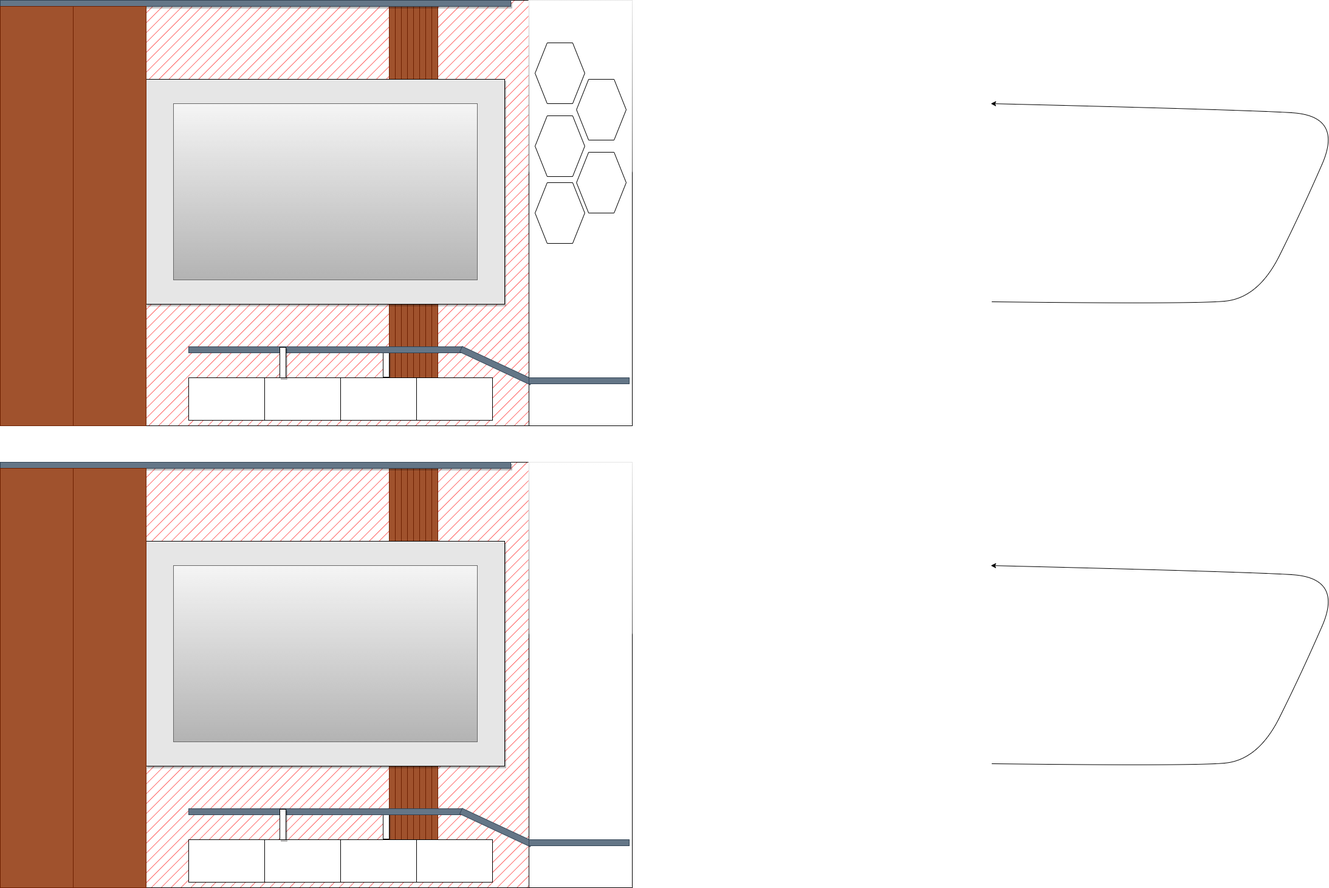
Above: tv unit.png in suresh-legato/Design (draw.io), before the change. Source tidied: cells renumbered, new cells last; positions are measured from the earlier drawing's top-left corner, leaving out a move shared by most shapes.
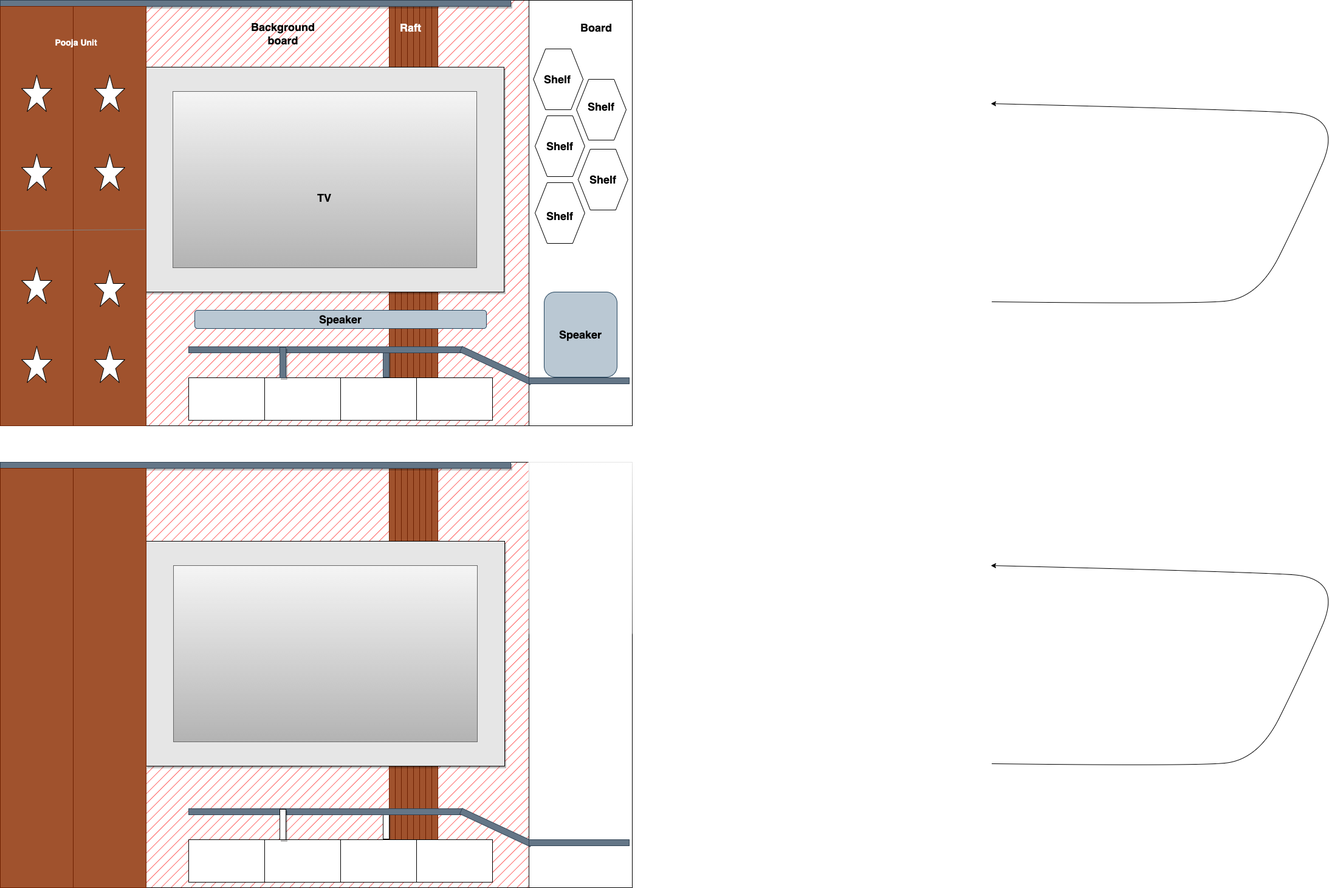
The same diagram one commit later.

Change to the diagram source:
```diff
@@ -46,16 +46,25 @@
     <mxCell id="12" style="rounded=0;whiteSpace=wrap;html=1;fillColor=#a0522d;fontColor=#ffffff;strokeColor=#6D1F00;" parent="4" vertex="1">
       <mxGeometry x="50" width="10" height="630" as="geometry" />
     </mxCell>
-    <mxCell id="13" style="rounded=0;whiteSpace=wrap;html=1;glass=0;shadow=1;fillColor=#E6E6E6;" parent="4" vertex="1">
-      <mxGeometry x="-400" y="130" width="590" height="370" as="geometry" />
-    </mxCell>
     <mxCell id="14" style="rounded=0;whiteSpace=wrap;html=1;shadow=1;glass=0;strokeColor=#314354;fontFamily=Helvetica;fontSize=12;fontColor=#ffffff;fillColor=#647687;" parent="4" vertex="1">
       <mxGeometry x="-640" width="840" height="10" as="geometry" />
     </mxCell>
-    <mxCell id="15" style="rounded=0;whiteSpace=wrap;html=1;shadow=1;glass=0;strokeColor=default;fontFamily=Helvetica;fontSize=12;fontColor=default;fillColor=default;" parent="4" vertex="1">
+    <mxCell id="15" style="rounded=0;whiteSpace=wrap;html=1;shadow=1;glass=0;strokeColor=#314354;fontFamily=Helvetica;fontSize=12;fontColor=#ffffff;fillColor=#647687;" parent="4" vertex="1">
       <mxGeometry x="-10" y="570" width="10" height="50" as="geometry" />
     </mxCell>
+    <mxCell id="61" value="&lt;span style=&quot;font-size: 18px;&quot;&gt;&lt;b&gt;board&lt;/b&gt;&lt;/span&gt;" style="text;html=1;strokeColor=none;fillColor=none;align=center;verticalAlign=middle;whiteSpace=wrap;rounded=0;" parent="4" vertex="1">
+      <mxGeometry x="-287.5" y="130" width="135" height="50" as="geometry" />
+    </mxCell>
+    <mxCell id="62" value="&lt;font color=&quot;#ffffff&quot; style=&quot;font-size: 18px;&quot;&gt;&lt;b style=&quot;&quot;&gt;Raft&lt;/b&gt;&lt;/font&gt;" style="text;html=1;strokeColor=none;fillColor=none;align=center;verticalAlign=middle;whiteSpace=wrap;rounded=0;" parent="4" vertex="1">
+      <mxGeometry x="-32.5" y="20" width="135" height="50" as="geometry" />
+    </mxCell>
+    <mxCell id="13" style="rounded=0;whiteSpace=wrap;html=1;glass=0;shadow=1;fillColor=#E6E6E6;" parent="4" vertex="1">
+      <mxGeometry x="-401" y="110" width="590" height="370" as="geometry" />
+    </mxCell>
+    <mxCell id="27" style="rounded=0;whiteSpace=wrap;html=1;fillColor=#f5f5f5;gradientColor=#b3b3b3;strokeColor=#666666;" parent="4" vertex="1">
+      <mxGeometry x="-356" y="150" width="500" height="290" as="geometry" />
+    </mxCell>
-    <mxCell id="16" style="rounded=0;whiteSpace=wrap;html=1;glass=1;" parent="1" vertex="1">
+    <mxCell id="16" style="rounded=0;whiteSpace=wrap;html=1;glass=0;" parent="1" vertex="1">
       <mxGeometry x="870" width="170" height="700" as="geometry" />
     </mxCell>
     <mxCell id="17" style="rounded=0;whiteSpace=wrap;html=1;fillColor=#647687;fontColor=#ffffff;strokeColor=#314354;" parent="1" vertex="1">
@@ -88,11 +97,8 @@
     <mxCell id="26" style="rounded=0;whiteSpace=wrap;html=1;fillColor=#a0522d;fontColor=#ffffff;strokeColor=#6D1F00;" parent="1" vertex="1">
       <mxGeometry y="10" width="120" height="690" as="geometry" />
     </mxCell>
-    <mxCell id="27" style="rounded=0;whiteSpace=wrap;html=1;fillColor=#f5f5f5;gradientColor=#b3b3b3;strokeColor=#666666;" parent="1" vertex="1">
-      <mxGeometry x="285" y="170" width="500" height="290" as="geometry" />
-    </mxCell>
     <mxCell id="28" style="shape=hexagon;perimeter=hexagonPerimeter2;whiteSpace=wrap;html=1;fixedSize=1;" parent="1" vertex="1">
-      <mxGeometry x="880" y="70" width="81.8" height="100" as="geometry" />
+      <mxGeometry x="877.3" y="80" width="81.8" height="100" as="geometry" />
     </mxCell>
     <mxCell id="29" style="shape=hexagon;perimeter=hexagonPerimeter2;whiteSpace=wrap;html=1;fixedSize=1;" parent="1" vertex="1">
       <mxGeometry x="948.2" y="130" width="81.8" height="100" as="geometry" />
@@ -101,12 +107,12 @@
       <mxGeometry x="880" y="190" width="81.8" height="100" as="geometry" />
     </mxCell>
     <mxCell id="31" style="shape=hexagon;perimeter=hexagonPerimeter2;whiteSpace=wrap;html=1;fixedSize=1;" parent="1" vertex="1">
-      <mxGeometry x="948.2" y="250" width="81.8" height="100" as="geometry" />
+      <mxGeometry x="950.9" y="245" width="81.8" height="100" as="geometry" />
     </mxCell>
     <mxCell id="32" style="shape=hexagon;perimeter=hexagonPerimeter2;whiteSpace=wrap;html=1;fixedSize=1;" parent="1" vertex="1">
       <mxGeometry x="880" y="300" width="81.8" height="100" as="geometry" />
     </mxCell>
-    <mxCell id="33" style="rounded=0;whiteSpace=wrap;html=1;shadow=1;glass=0;strokeColor=default;fontFamily=Helvetica;fontSize=12;fontColor=default;fillColor=default;" parent="1" vertex="1">
+    <mxCell id="33" style="rounded=0;whiteSpace=wrap;html=1;shadow=1;glass=0;strokeColor=#314354;fontFamily=Helvetica;fontSize=12;fontColor=#ffffff;fillColor=#647687;" parent="1" vertex="1">
       <mxGeometry x="460" y="571" width="10" height="50" as="geometry" />
     </mxCell>
     <mxCell id="34" style="rounded=0;whiteSpace=wrap;html=1;fillStyle=hatch;fillColor=#FF3333;" parent="1" vertex="1">
@@ -201,5 +207,67 @@
     <mxCell id="60" style="rounded=0;whiteSpace=wrap;html=1;shadow=1;glass=0;strokeColor=default;fontFamily=Helvetica;fontSize=12;fontColor=default;fillColor=default;" parent="1" vertex="1">
       <mxGeometry x="460" y="1331" width="10" height="50" as="geometry" />
     </mxCell>
+    <mxCell id="63" style="verticalLabelPosition=bottom;verticalAlign=top;html=1;shape=mxgraph.basic.star;" parent="1" vertex="1">
+      <mxGeometry x="35" y="123" width="50" height="60" as="geometry" />
+    </mxCell>
+    <mxCell id="64" style="verticalLabelPosition=bottom;verticalAlign=top;html=1;shape=mxgraph.basic.star;" parent="1" vertex="1">
+      <mxGeometry x="35" y="253" width="50" height="60" as="geometry" />
+    </mxCell>
+    <mxCell id="65" value="&lt;font color=&quot;#ffffff&quot; style=&quot;font-size: 14px;&quot;&gt;&lt;b&gt;Pooja Unit&lt;/b&gt;&lt;/font&gt;" style="text;html=1;strokeColor=none;fillColor=none;align=center;verticalAlign=middle;whiteSpace=wrap;rounded=0;" parent="1" vertex="1">
+      <mxGeometry x="50" y="50" width="150" height="40" as="geometry" />
+    </mxCell>
+    <mxCell id="66" value="&lt;font style=&quot;font-size: 18px;&quot;&gt;&lt;b style=&quot;&quot;&gt;TV&lt;/b&gt;&lt;/font&gt;" style="text;html=1;strokeColor=none;fillColor=none;align=center;verticalAlign=middle;whiteSpace=wrap;rounded=0;" parent="1" vertex="1">
+      <mxGeometry x="466" y="300" width="135" height="50" as="geometry" />
+    </mxCell>
+    <mxCell id="67" value="&lt;font style=&quot;font-size: 18px;&quot;&gt;&lt;b style=&quot;&quot;&gt;Background board&lt;br&gt;&lt;/b&gt;&lt;/font&gt;" style="text;html=1;strokeColor=none;fillColor=none;align=center;verticalAlign=middle;whiteSpace=wrap;rounded=0;" parent="1" vertex="1">
+      <mxGeometry x="397.5" y="30" width="135" height="50" as="geometry" />
+    </mxCell>
+    <mxCell id="68" value="&lt;font style=&quot;font-size: 18px;&quot;&gt;&lt;b&gt;Board&lt;/b&gt;&lt;/font&gt;" style="text;html=1;strokeColor=none;fillColor=none;align=center;verticalAlign=middle;whiteSpace=wrap;rounded=0;" parent="1" vertex="1">
+      <mxGeometry x="951" y="30" width="60" height="30" as="geometry" />
+    </mxCell>
+    <mxCell id="69" value="&lt;font style=&quot;font-size: 18px;&quot;&gt;&lt;b&gt;Shelf&lt;/b&gt;&lt;/font&gt;" style="text;html=1;strokeColor=none;fillColor=none;align=center;verticalAlign=middle;whiteSpace=wrap;rounded=0;" parent="1" vertex="1">
+      <mxGeometry x="887" y="115" width="60" height="30" as="geometry" />
+    </mxCell>
+    <mxCell id="70" value="&lt;font style=&quot;font-size: 18px;&quot;&gt;&lt;b&gt;Shelf&lt;/b&gt;&lt;/font&gt;" style="text;html=1;strokeColor=none;fillColor=none;align=center;verticalAlign=middle;whiteSpace=wrap;rounded=0;" parent="1" vertex="1">
+      <mxGeometry x="959.1" y="160" width="60" height="30" as="geometry" />
+    </mxCell>
+    <mxCell id="71" value="&lt;font style=&quot;font-size: 18px;&quot;&gt;&lt;b&gt;Shelf&lt;/b&gt;&lt;/font&gt;" style="text;html=1;strokeColor=none;fillColor=none;align=center;verticalAlign=middle;whiteSpace=wrap;rounded=0;" parent="1" vertex="1">
+      <mxGeometry x="890.9" y="225" width="60" height="30" as="geometry" />
+    </mxCell>
+    <mxCell id="72" value="&lt;font style=&quot;font-size: 18px;&quot;&gt;&lt;b&gt;Shelf&lt;/b&gt;&lt;/font&gt;" style="text;html=1;strokeColor=none;fillColor=none;align=center;verticalAlign=middle;whiteSpace=wrap;rounded=0;" parent="1" vertex="1">
+      <mxGeometry x="961.8" y="280" width="60" height="30" as="geometry" />
+    </mxCell>
+    <mxCell id="73" value="&lt;font style=&quot;font-size: 18px;&quot;&gt;&lt;b&gt;Shelf&lt;/b&gt;&lt;/font&gt;" style="text;html=1;strokeColor=none;fillColor=none;align=center;verticalAlign=middle;whiteSpace=wrap;rounded=0;" parent="1" vertex="1">
+      <mxGeometry x="891" y="340" width="60" height="30" as="geometry" />
+    </mxCell>
+    <mxCell id="74" value="&lt;font style=&quot;font-size: 18px;&quot;&gt;&lt;b&gt;Speaker&lt;/b&gt;&lt;/font&gt;" style="rounded=1;whiteSpace=wrap;html=1;fillColor=#bac8d3;strokeColor=#23445d;" parent="1" vertex="1">
+      <mxGeometry x="320" y="510" width="480" height="30" as="geometry" />
+    </mxCell>
+    <mxCell id="75" value="&lt;font style=&quot;font-size: 18px;&quot;&gt;&lt;b&gt;Speaker&lt;/b&gt;&lt;/font&gt;" style="rounded=1;whiteSpace=wrap;html=1;fillColor=#bac8d3;strokeColor=#23445d;" parent="1" vertex="1">
+      <mxGeometry x="895" y="480" width="120" height="140" as="geometry" />
+    </mxCell>
+    <mxCell id="76" style="verticalLabelPosition=bottom;verticalAlign=top;html=1;shape=mxgraph.basic.star;" parent="1" vertex="1">
+      <mxGeometry x="155" y="123" width="50" height="60" as="geometry" />
+    </mxCell>
+    <mxCell id="77" style="verticalLabelPosition=bottom;verticalAlign=top;html=1;shape=mxgraph.basic.star;" parent="1" vertex="1">
+      <mxGeometry x="155" y="253" width="50" height="60" as="geometry" />
+    </mxCell>
+    <mxCell id="78" style="verticalLabelPosition=bottom;verticalAlign=top;html=1;shape=mxgraph.basic.star;" parent="1" vertex="1">
+      <mxGeometry x="35" y="439" width="50" height="60" as="geometry" />
+    </mxCell>
+    <mxCell id="79" style="verticalLabelPosition=bottom;verticalAlign=top;html=1;shape=mxgraph.basic.star;" parent="1" vertex="1">
+      <mxGeometry x="35" y="569" width="50" height="60" as="geometry" />
+    </mxCell>
+    <mxCell id="80" style="verticalLabelPosition=bottom;verticalAlign=top;html=1;shape=mxgraph.basic.star;" parent="1" vertex="1">
+      <mxGeometry x="155" y="444" width="50" height="60" as="geometry" />
+    </mxCell>
+    <mxCell id="81" style="verticalLabelPosition=bottom;verticalAlign=top;html=1;shape=mxgraph.basic.star;" parent="1" vertex="1">
+      <mxGeometry x="155" y="569" width="50" height="60" as="geometry" />
+    </mxCell>
+    <mxCell id="82" style="endArrow=none;html=1;rounded=0;entryX=0.278;entryY=0.995;entryDx=0;entryDy=0;entryPerimeter=0;exitX=-0.001;exitY=0.722;exitDx=0;exitDy=0;exitPerimeter=0;strokeColor=#808080;" parent="1" edge="1" source="13">
+      <mxGeometry relative="1" as="geometry">
+        <mxPoint y="379" as="targetPoint" />
+      </mxGeometry>
+    </mxCell>
   </root>
 </mxGraphModel>
```
